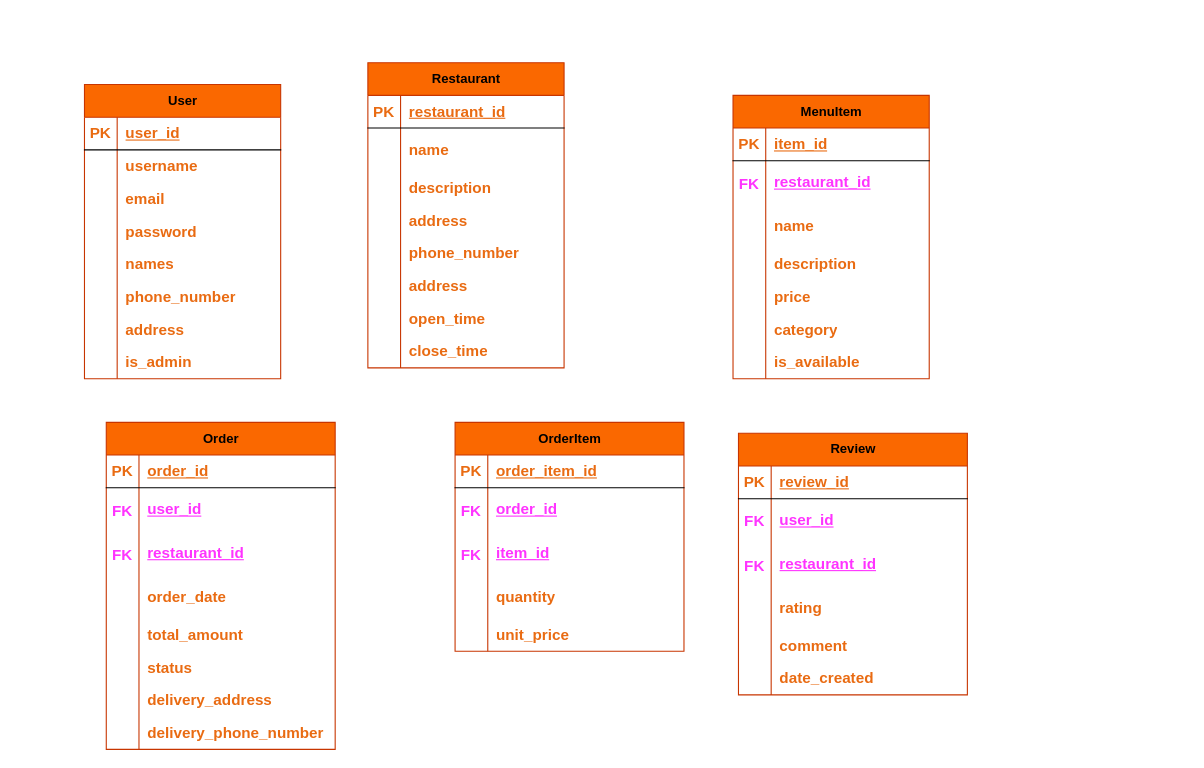
Before: FoodDeliveryDatabase.drawio in dabiko/draw-io, a draw.io diagram. Source tidied: cells renumbered, new cells numbered last; positions are measured from the earlier drawing's top-left corner, leaving out a move shared by most shapes. Both pictures are drawn from the tidied source at 109%, with x=0, y=0 at pixel (84, 62).
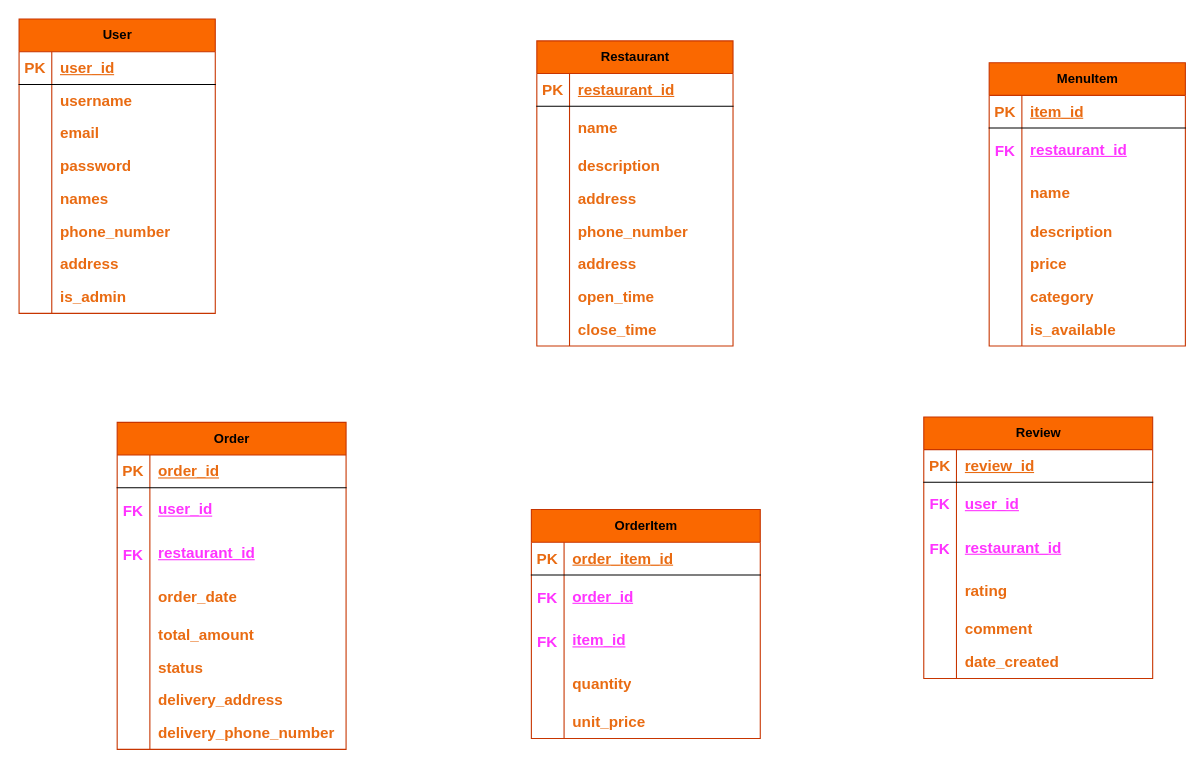
The same diagram, later.

Diff of the diagram source:
```diff
@@
     <mxCell id="2" value="User" style="shape=table;startSize=30;childLayout=tableLayout;rowLines=0;fontStyle=1;align=center;html=1;fillColor=#fa6800;strokeColor=#C73500;fontColor=#000000;" parent="1" vertex="1">
-      <mxGeometry y="20" width="180" height="270" as="geometry" />
+      <mxGeometry x="-60" y="-40" width="180" height="270" as="geometry" />
     </mxCell>
@@
     <mxCell id="27" value="Restaurant" style="shape=table;startSize=30;childLayout=tableLayout;rowLines=0;fontStyle=1;align=center;html=1;fillColor=#fa6800;strokeColor=#C73500;fontColor=#000000;" parent="1" vertex="1">
-      <mxGeometry x="260" width="180" height="280" as="geometry" />
+      <mxGeometry x="415" y="-20" width="180" height="280" as="geometry" />
     </mxCell>
@@
     <mxCell id="52" style="group;" parent="1" vertex="1">
-      <mxGeometry x="595" y="30" width="180" height="260" as="geometry" />
+      <mxGeometry x="830" width="180" height="260" as="geometry" />
     </mxCell>
@@
     <mxCell id="76" style="group;" parent="1" vertex="1">
-      <mxGeometry x="340" y="330" width="210" height="210" as="geometry" />
+      <mxGeometry x="410" y="410" width="210" height="210" as="geometry" />
     </mxCell>
@@
     <mxCell id="95" style="group;" parent="1" vertex="1">
-      <mxGeometry x="20" y="330" width="210" height="300" as="geometry" />
+      <mxGeometry x="30" y="330" width="210" height="300" as="geometry" />
     </mxCell>
@@
+    <mxCell id="145" style="group;" parent="1" vertex="1">
+      <mxGeometry x="770" y="324" width="210" height="241" as="geometry" />
+    </mxCell>
-    <mxCell id="123" style="group;" parent="1" vertex="1">
-      <mxGeometry x="600" y="340" width="210" height="210" as="geometry" />
+    <mxCell id="123" style="group;" parent="145" vertex="1">
+      <mxGeometry width="210" height="210" as="geometry" />
     </mxCell>
+    <mxCell id="143" value="FK" style="shape=partialRectangle;fillColor=none;top=0;left=0;bottom=0;right=0;fontStyle=1;overflow=hidden;whiteSpace=wrap;html=1;fontSize=14;fontColor=#FF33FF;" parent="123" vertex="1">
+      <mxGeometry y="66" width="30" height="30" as="geometry" />
+    </mxCell>
+    <mxCell id="144" value="FK" style="shape=partialRectangle;fillColor=none;top=0;left=0;bottom=0;right=0;fontStyle=1;overflow=hidden;whiteSpace=wrap;html=1;fontSize=14;fontColor=#FF33FF;" parent="123" vertex="1">
+      <mxGeometry y="107" width="30" height="30" as="geometry" />
+    </mxCell>
-    <mxCell id="124" value="Review" style="shape=table;startSize=30;childLayout=tableLayout;rowLines=0;fontStyle=1;align=center;html=1;fillColor=#fa6800;strokeColor=#C73500;fontColor=#000000;" parent="123" vertex="1">
-      <mxGeometry width="210" height="240" as="geometry" />
+    <mxCell id="124" value="Review" style="shape=table;startSize=30;childLayout=tableLayout;rowLines=0;fontStyle=1;align=center;html=1;fillColor=#fa6800;strokeColor=#C73500;fontColor=#000000;" parent="145" vertex="1">
+      <mxGeometry y="1" width="210" height="240" as="geometry" />
     </mxCell>
@@
-    <mxCell id="143" value="FK" style="shape=partialRectangle;fillColor=none;top=0;left=0;bottom=0;right=0;fontStyle=1;overflow=hidden;whiteSpace=wrap;html=1;fontSize=14;fontColor=#FF33FF;" parent="123" vertex="1">
-      <mxGeometry y="66" width="30" height="30" as="geometry" />
-    </mxCell>
-    <mxCell id="144" value="FK" style="shape=partialRectangle;fillColor=none;top=0;left=0;bottom=0;right=0;fontStyle=1;overflow=hidden;whiteSpace=wrap;html=1;fontSize=14;fontColor=#FF33FF;" parent="123" vertex="1">
-      <mxGeometry y="107" width="30" height="30" as="geometry" />
-    </mxCell>
```
